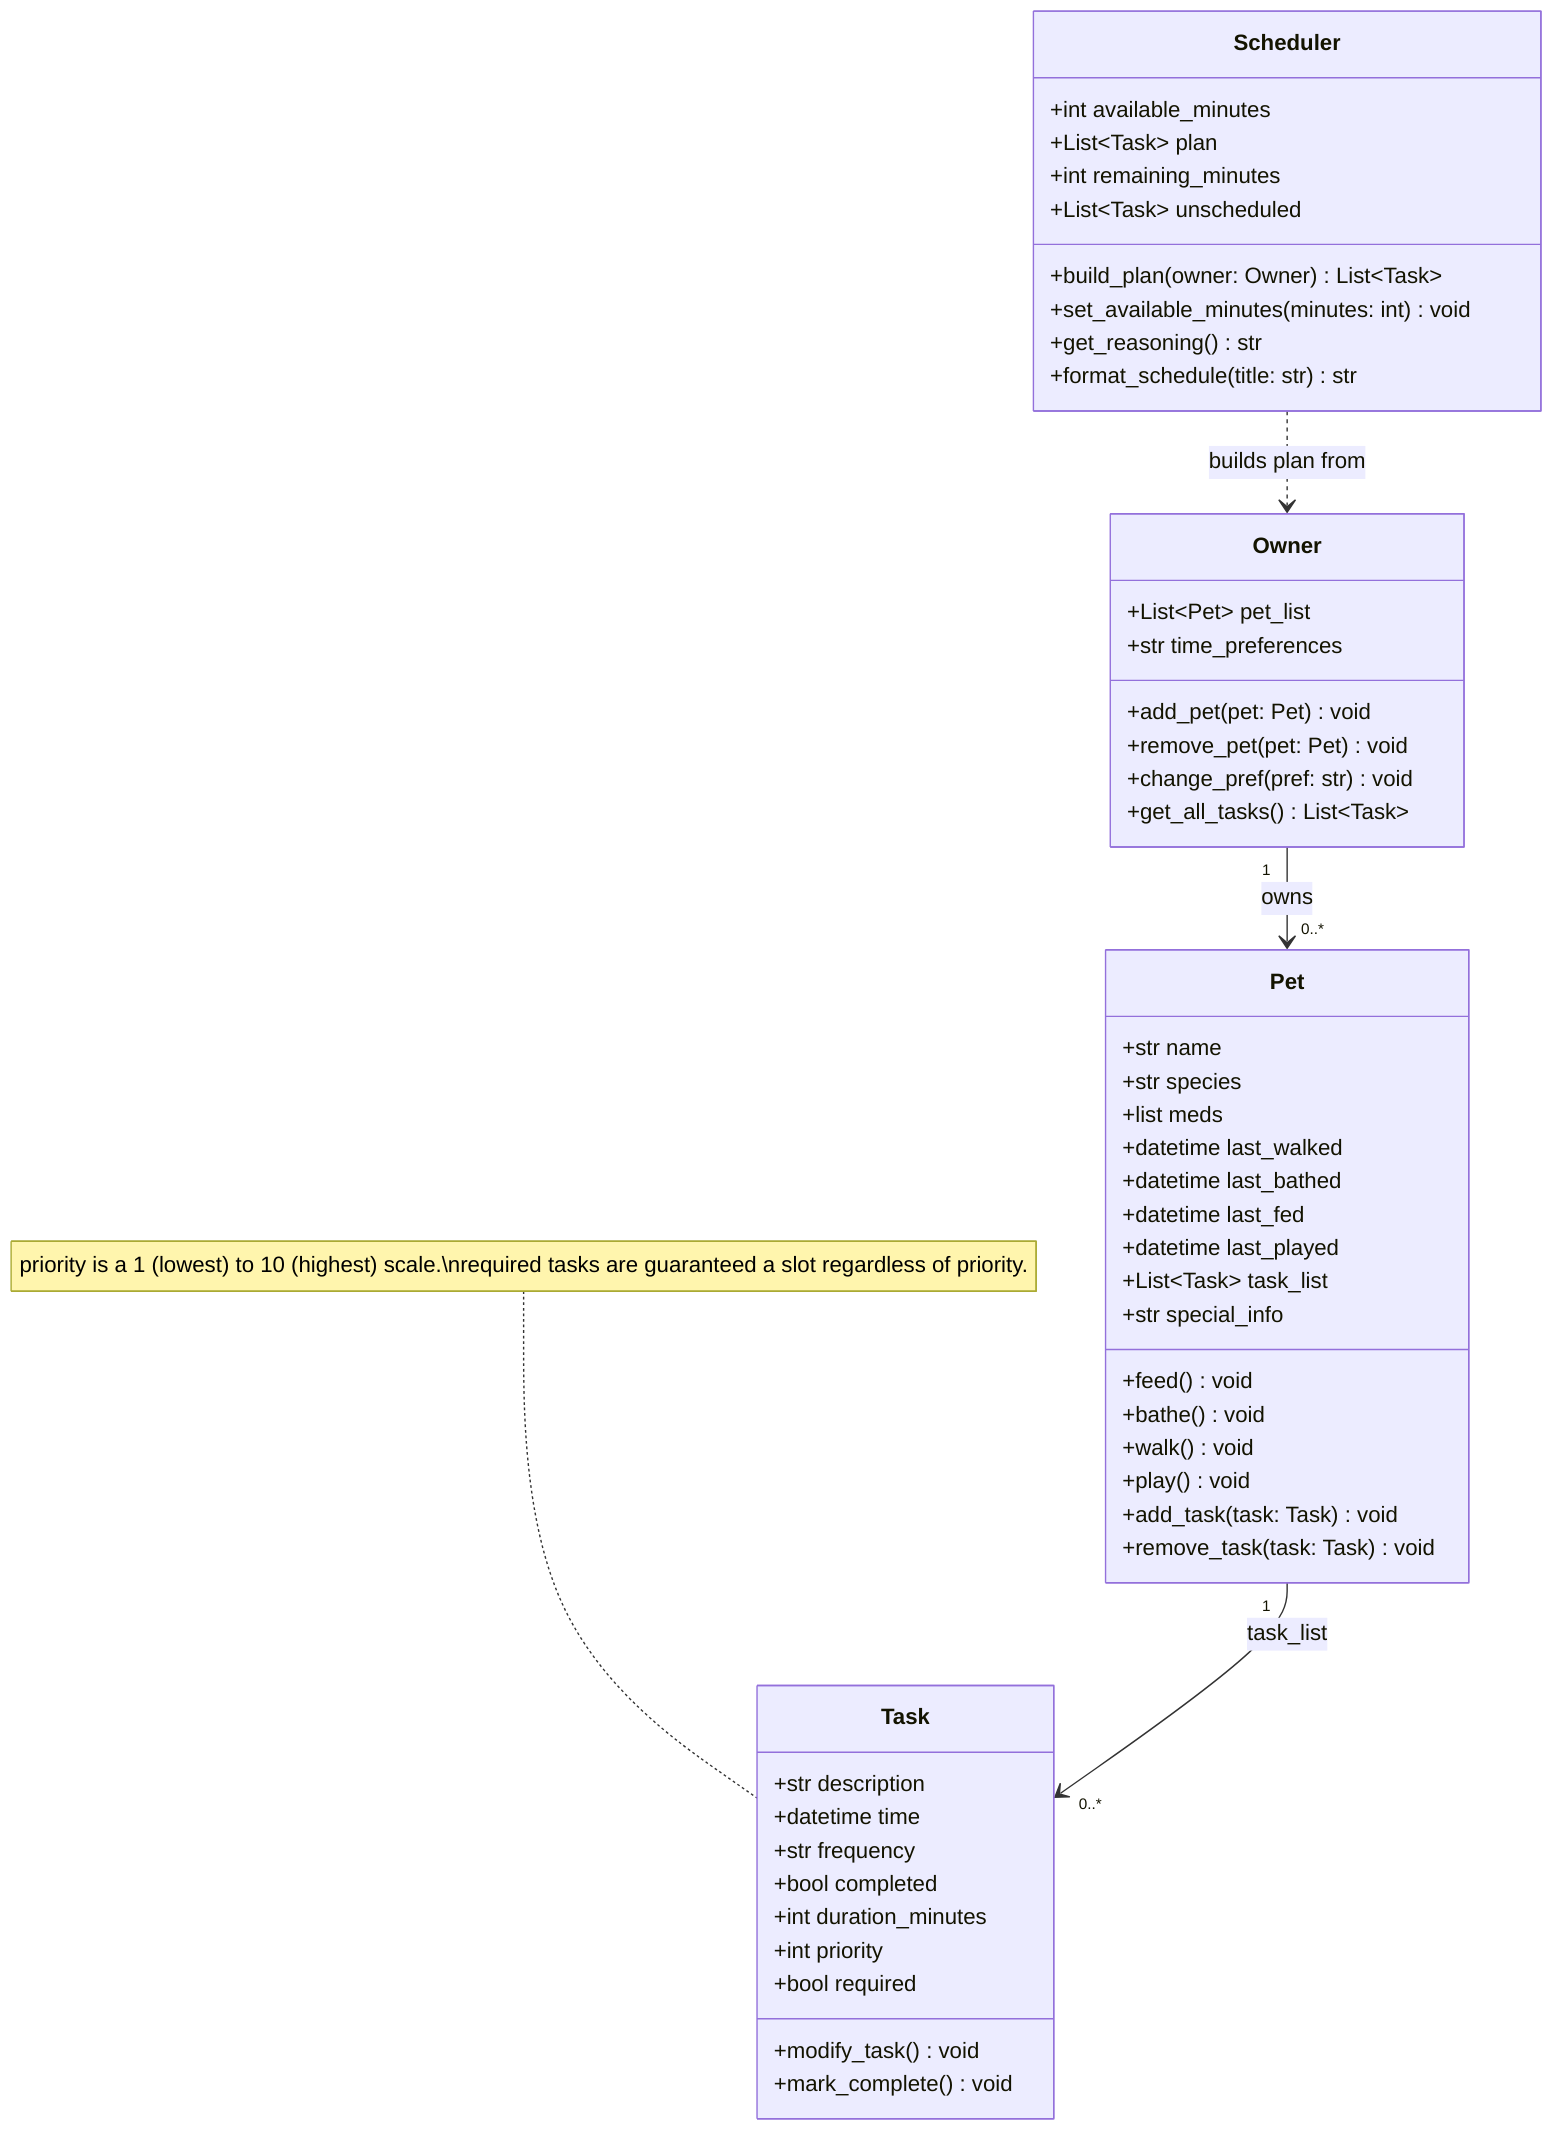
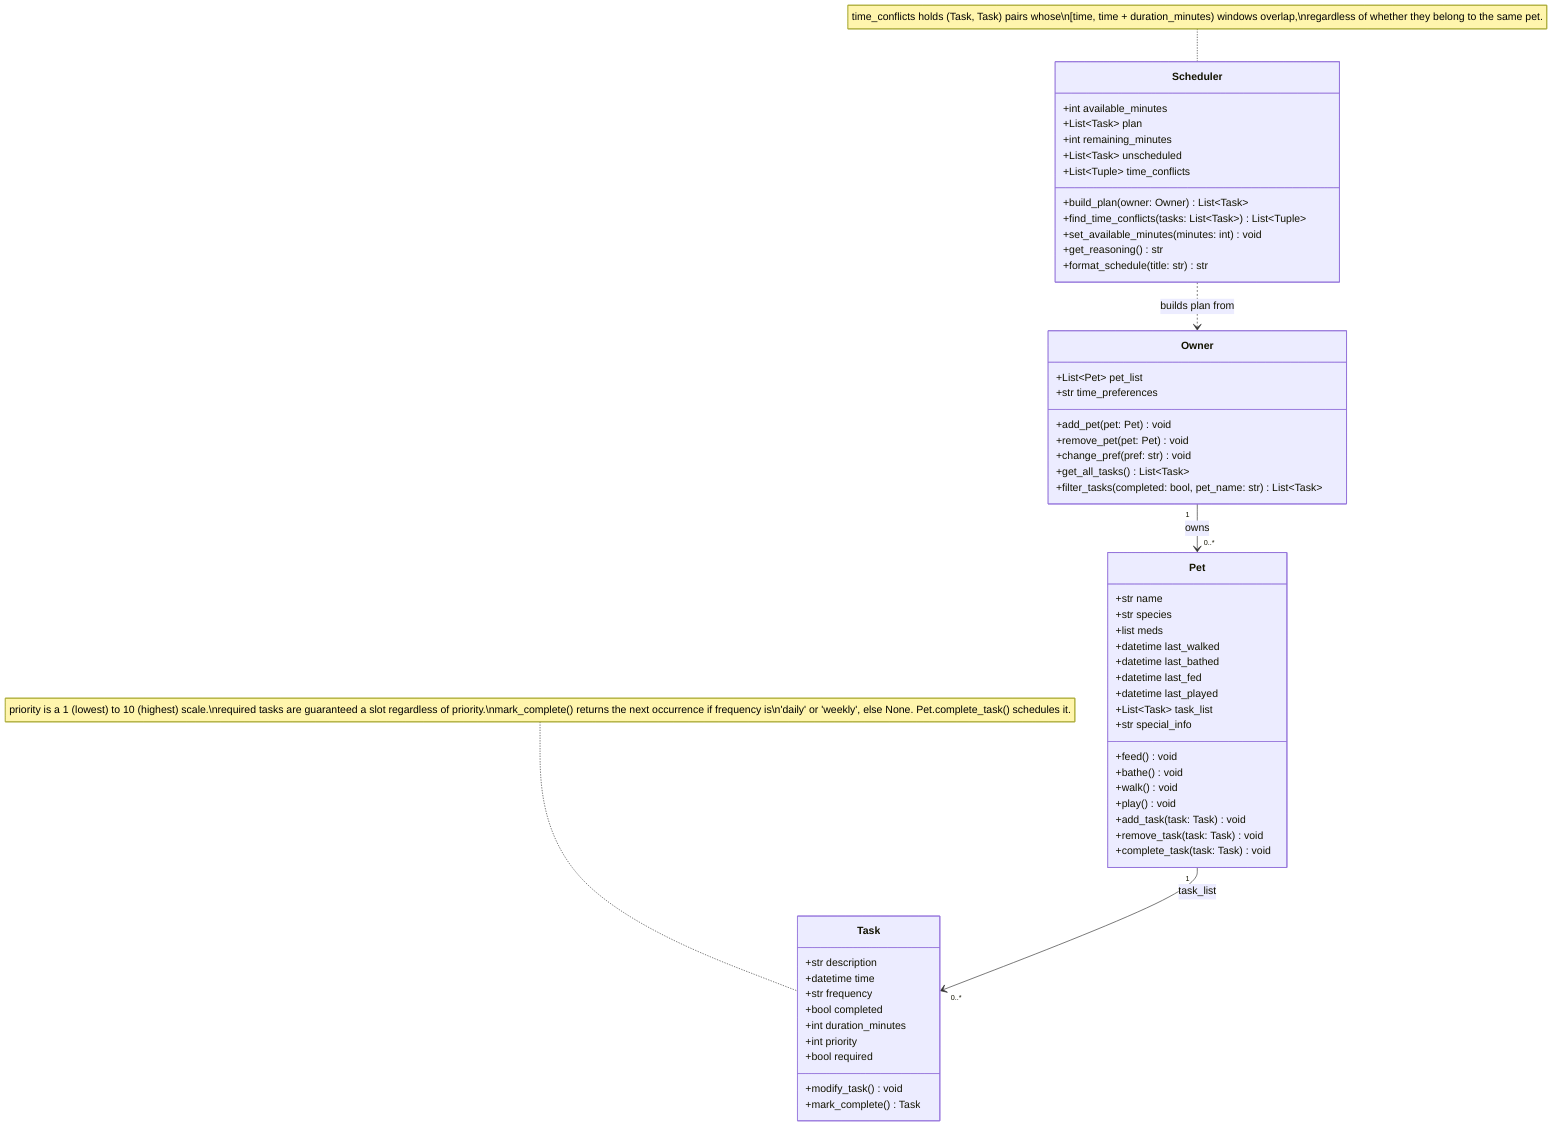
classDiagram
    %% Keep this file updated so it matches your final implementation.
    %% Owner -> Pet -> Task is a strict one-directional tree: no child holds
    %% a back-reference to its parent, so nothing needs manual syncing.
    %% Scheduler is a separate service class: it reads from an Owner's pets
    %% to build a plan, but is not part of the ownership tree itself.

    class Owner {
        +List~Pet~ pet_list
        +str time_preferences
        +add_pet(pet: Pet) void
        +remove_pet(pet: Pet) void
        +change_pref(pref: str) void
        +get_all_tasks() List~Task~
+         +filter_tasks(completed: bool, pet_name: str) List~Task~
    }

    class Pet {
        +str name
        +str species
        +list meds
        +datetime last_walked
        +datetime last_bathed
        +datetime last_fed
        +datetime last_played
        +List~Task~ task_list
        +str special_info
        +feed() void
        +bathe() void
        +walk() void
        +play() void
        +add_task(task: Task) void
        +remove_task(task: Task) void
+         +complete_task(task: Task) void
    }

    class Task {
        +str description
        +datetime time
        +str frequency
        +bool completed
        +int duration_minutes
        +int priority
        +bool required
        +modify_task() void
-         +mark_complete() void
+         +mark_complete() Task
    }
-     note for Task "priority is a 1 (lowest) to 10 (highest) scale.\nrequired tasks are guaranteed a slot regardless of priority."
+     note for Task "priority is a 1 (lowest) to 10 (highest) scale.\nrequired tasks are guaranteed a slot regardless of priority.\nmark_complete() returns the next occurrence if frequency is\n'daily' or 'weekly', else None. Pet.complete_task() schedules it."

    class Scheduler {
        +int available_minutes
        +List~Task~ plan
        +int remaining_minutes
        +List~Task~ unscheduled
+         +List~Tuple~ time_conflicts
        +build_plan(owner: Owner) List~Task~
+         +find_time_conflicts(tasks: List~Task~) List~Tuple~
        +set_available_minutes(minutes: int) void
        +get_reasoning() str
        +format_schedule(title: str) str
    }
+     note for Scheduler "time_conflicts holds (Task, Task) pairs whose\n[time, time + duration_minutes) windows overlap,\nregardless of whether they belong to the same pet."

    Owner "1" --> "0..*" Pet : owns
    Pet "1" --> "0..*" Task : task_list
    Scheduler ..> Owner : builds plan from
